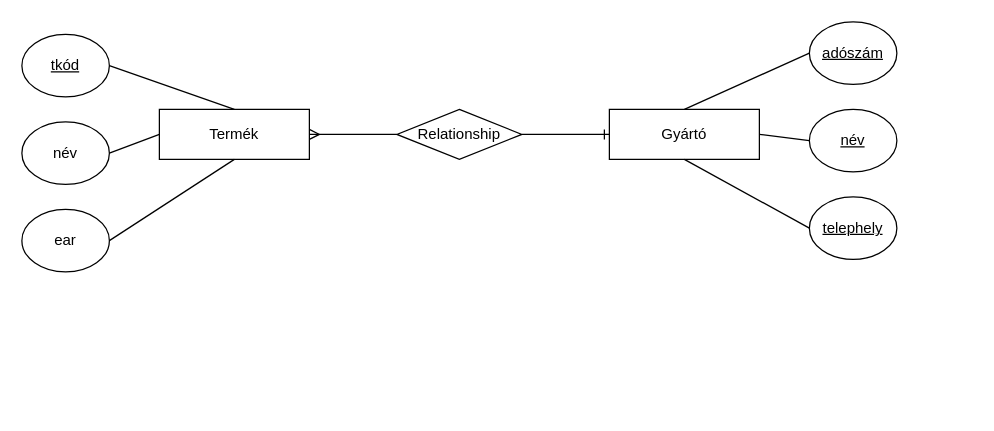
Before: HEPMIU_0927/hepmiu_3.2.drawio in urbanoliver/HEPMIU_DB1Gyak, a draw.io diagram. Source tidied: cells renumbered, new cells numbered last; positions are measured from the earlier drawing's top-left corner, leaving out a move shared by most shapes. Both pictures are drawn from the tidied source at 125%, with x=0, y=0 at pixel (21, 21).
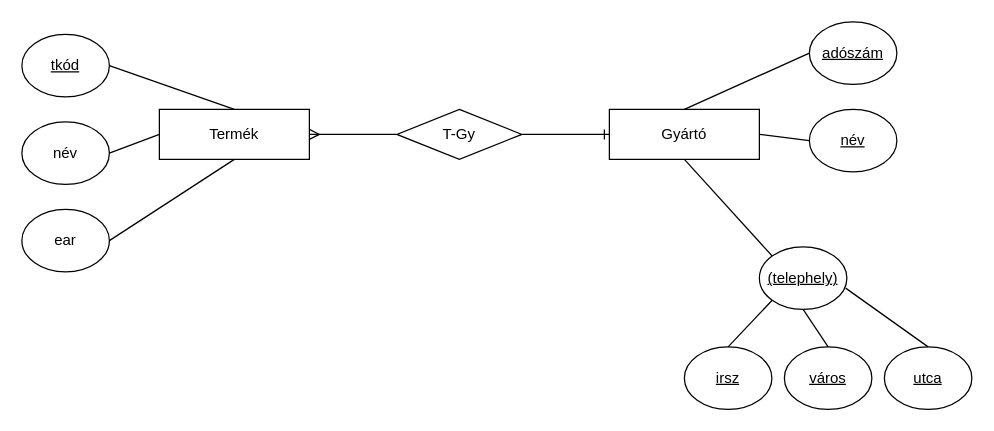
The same diagram, later.

Unchanged cells that the change refers to:
```xml
<mxCell id="3" value="Gyártó" style="rounded=0;whiteSpace=wrap;html=1;" parent="1" vertex="1">
  <mxGeometry x="470" y="70" width="120" height="40" as="geometry" />
</mxCell>
```

Diff of the diagram source:
```diff
@@
-    <mxCell id="4" value="Relationship" style="shape=rhombus;perimeter=rhombusPerimeter;whiteSpace=wrap;html=1;align=center;" parent="1" vertex="1">
+    <mxCell id="4" value="T-Gy" style="shape=rhombus;perimeter=rhombusPerimeter;whiteSpace=wrap;html=1;align=center;" parent="1" vertex="1">
       <mxGeometry x="300" y="70" width="100" height="40" as="geometry" />
     </mxCell>
@@
-    <mxCell id="14" value="telephely" style="ellipse;whiteSpace=wrap;html=1;verticalAlign=middle;fontStyle=4;" parent="1" vertex="1">
-      <mxGeometry x="630" y="140" width="70" height="50" as="geometry" />
+    <mxCell id="14" value="(telephely)" style="ellipse;whiteSpace=wrap;html=1;verticalAlign=middle;fontStyle=4;" parent="1" vertex="1">
+      <mxGeometry x="590" y="180" width="70" height="50" as="geometry" />
     </mxCell>
@@
-    <mxCell id="17" style="endArrow=none;html=1;rounded=0;entryX=0;entryY=0.5;entryDx=0;entryDy=0;exitX=0.5;exitY=1;exitDx=0;exitDy=0;" parent="1" edge="1" source="3" target="14">
+    <mxCell id="17" style="endArrow=none;html=1;rounded=0;entryX=0;entryY=0;entryDx=0;entryDy=0;exitX=0.5;exitY=1;exitDx=0;exitDy=0;" parent="1" edge="1" source="3" target="14">
       <mxGeometry relative="1" as="geometry" />
     </mxCell>
@@
+    <mxCell id="19" value="irsz" style="ellipse;whiteSpace=wrap;html=1;verticalAlign=middle;fontStyle=4;" parent="1" vertex="1">
+      <mxGeometry x="530" y="260" width="70" height="50" as="geometry" />
+    </mxCell>
+    <mxCell id="20" value="város" style="ellipse;whiteSpace=wrap;html=1;verticalAlign=middle;fontStyle=4;" parent="1" vertex="1">
+      <mxGeometry x="610" y="260" width="70" height="50" as="geometry" />
+    </mxCell>
+    <mxCell id="21" value="utca" style="ellipse;whiteSpace=wrap;html=1;verticalAlign=middle;fontStyle=4;" parent="1" vertex="1">
+      <mxGeometry x="690" y="260" width="70" height="50" as="geometry" />
+    </mxCell>
+    <mxCell id="22" style="endArrow=none;html=1;rounded=0;entryX=0.986;entryY=0.66;entryDx=0;entryDy=0;entryPerimeter=0;exitX=0.5;exitY=0;exitDx=0;exitDy=0;" parent="1" edge="1" source="21" target="14">
+      <mxGeometry relative="1" as="geometry" />
+    </mxCell>
+    <mxCell id="23" style="endArrow=none;html=1;rounded=0;entryX=0.5;entryY=0;entryDx=0;entryDy=0;exitX=0.5;exitY=1;exitDx=0;exitDy=0;" parent="1" edge="1" source="14" target="20">
+      <mxGeometry relative="1" as="geometry" />
+    </mxCell>
+    <mxCell id="24" style="endArrow=none;html=1;rounded=0;entryX=0.5;entryY=0;entryDx=0;entryDy=0;exitX=0;exitY=1;exitDx=0;exitDy=0;" parent="1" edge="1" source="14" target="19">
+      <mxGeometry relative="1" as="geometry" />
+    </mxCell>
```
